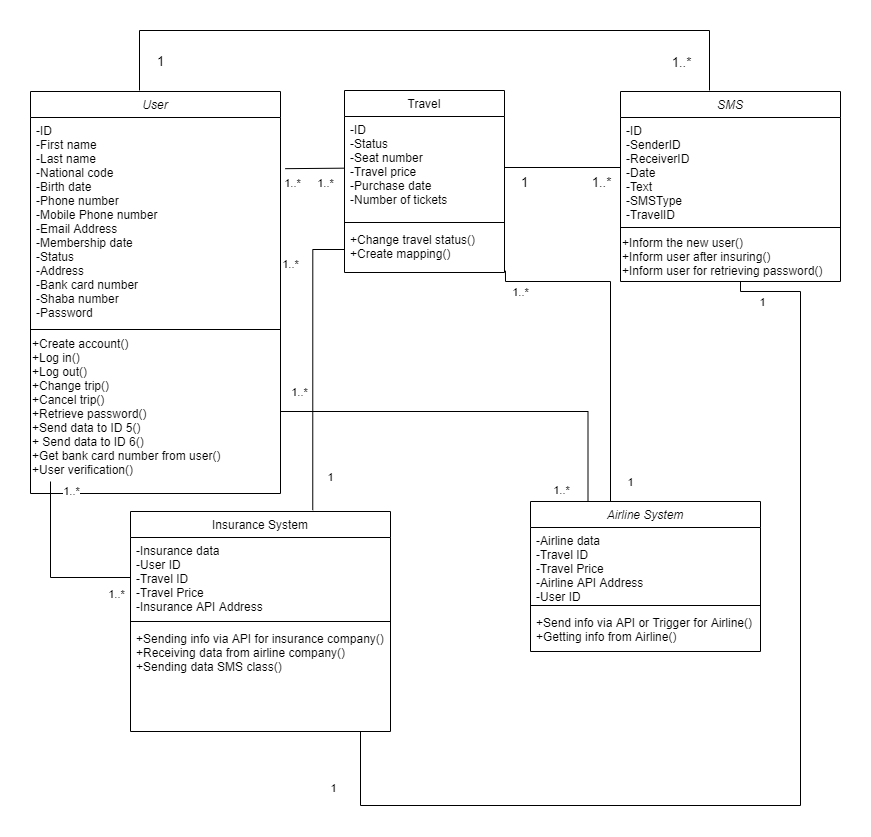
Earlier version of the draw.io export Lab-06 (CRC Cards & Class Diagram)/Class Diagram.png (travel-insurance-worker/SE1-Project-material). Source tidied: cells renumbered, new cells last; positions are measured from the earlier drawing's top-left corner, leaving out a move shared by most shapes.
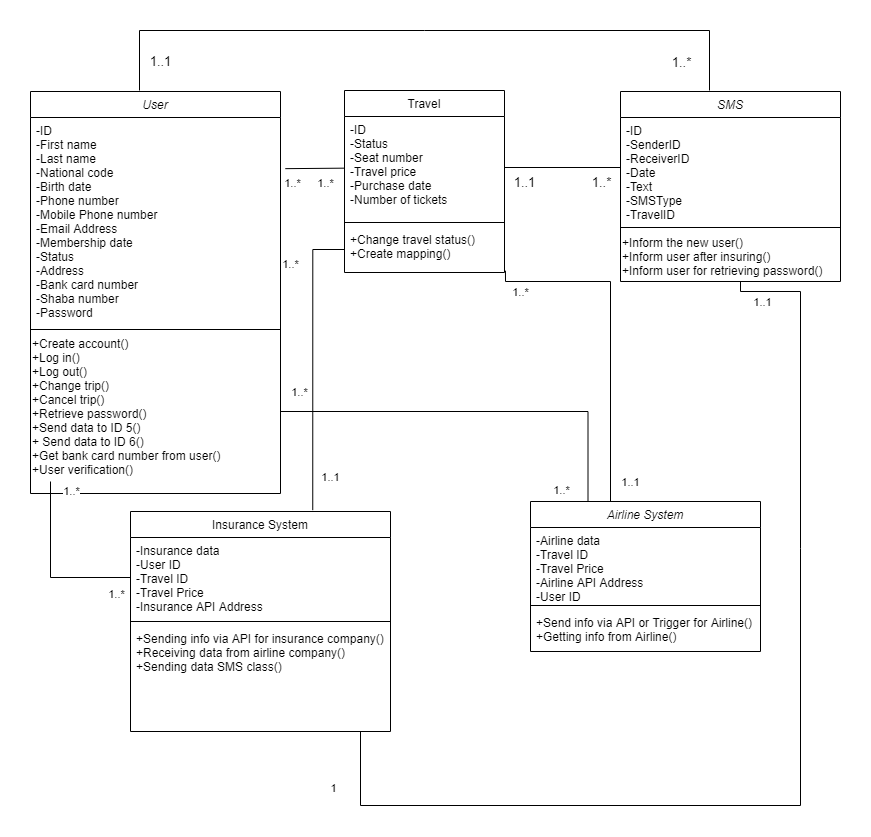
The same diagram one commit later.

What changed in the source:
```diff
@@ -41,7 +41,7 @@
         <mxPoint x="-27" y="-13" as="offset" />
       </mxGeometry>
     </mxCell>
-    <mxCell id="12" value="1" style="edgeLabel;html=1;align=center;verticalAlign=middle;fontSize=13;" parent="10" vertex="1">
+    <mxCell id="12" value="1..1" style="edgeLabel;html=1;align=center;verticalAlign=middle;fontSize=13;" parent="10" vertex="1">
       <mxGeometry x="0.89" y="-1" relative="1" as="geometry">
         <mxPoint x="22" y="9.9" as="offset" />
       </mxGeometry>
@@ -104,7 +104,7 @@
         </Array>
       </mxGeometry>
     </mxCell>
-    <mxCell id="29" value="1" style="edgeLabel;html=1;align=center;verticalAlign=middle;" parent="28" vertex="1">
+    <mxCell id="29" value="1..1" style="edgeLabel;html=1;align=center;verticalAlign=middle;" parent="28" vertex="1">
       <mxGeometry x="0.84" y="-1" relative="1" as="geometry">
         <mxPoint x="13.8" y="-21" as="offset" />
       </mxGeometry>
@@ -126,7 +126,7 @@
         <mxPoint x="-32.3" y="9" as="offset" />
       </mxGeometry>
     </mxCell>
-    <mxCell id="33" value="1" style="edgeLabel;html=1;align=center;verticalAlign=middle;" parent="31" vertex="1">
+    <mxCell id="33" value="1..1" style="edgeLabel;html=1;align=center;verticalAlign=middle;" parent="31" vertex="1">
       <mxGeometry x="0.77" y="-1" relative="1" as="geometry">
         <mxPoint x="18.7" as="offset" />
       </mxGeometry>
@@ -174,7 +174,7 @@
         </Array>
       </mxGeometry>
     </mxCell>
-    <mxCell id="41" value="1" style="edgeLabel;html=1;align=center;verticalAlign=middle;" parent="40" vertex="1">
+    <mxCell id="41" value="1..1" style="edgeLabel;html=1;align=center;verticalAlign=middle;" parent="40" vertex="1">
       <mxGeometry x="0.81" y="3" relative="1" as="geometry">
         <mxPoint x="-30.3" y="7" as="offset" />
       </mxGeometry>
@@ -194,7 +194,7 @@
         <mxPoint x="-7" y="9" as="offset" />
       </mxGeometry>
     </mxCell>
-    <mxCell id="45" value="1" style="edgeLabel;html=1;align=center;verticalAlign=middle;fontSize=13;" parent="43" vertex="1">
+    <mxCell id="45" value="1..1" style="edgeLabel;html=1;align=center;verticalAlign=middle;fontSize=13;" parent="43" vertex="1">
       <mxGeometry x="0.68" y="2" relative="1" as="geometry">
         <mxPoint y="12" as="offset" />
       </mxGeometry>
```
